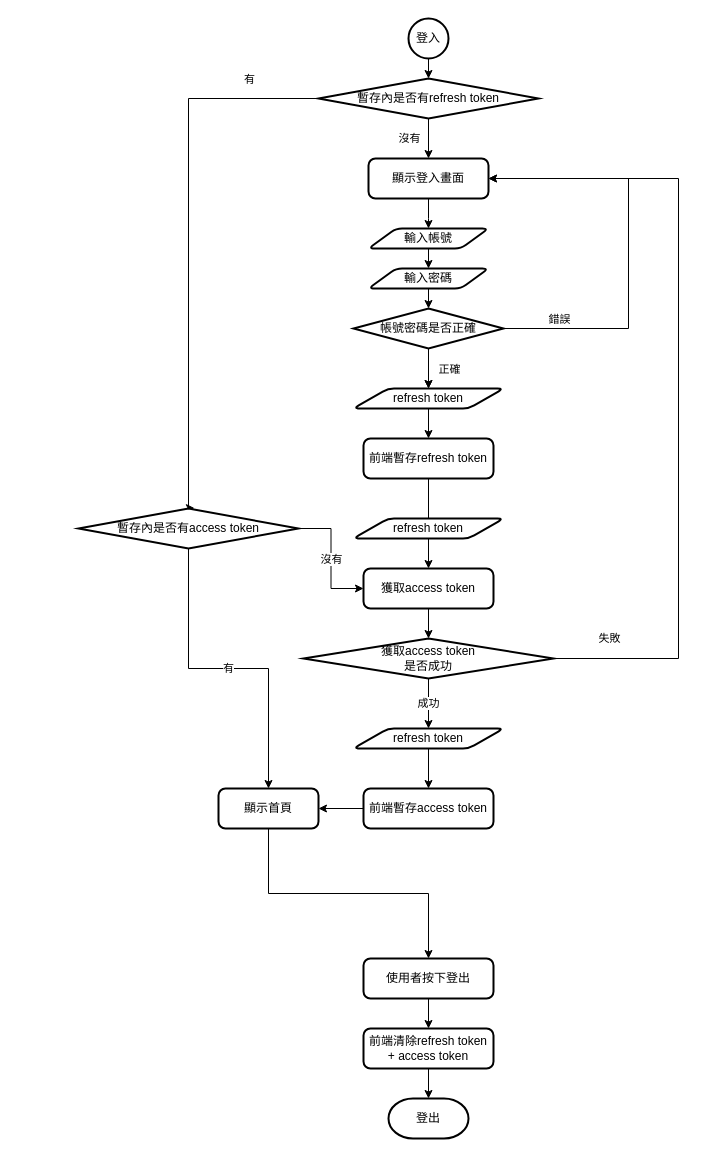
This is page "登入登出流程" (2 of 2) of lazycat-shop.drawio from tim12367/lazycat-shop, a draw.io file, before an edit. Source tidied: cells renumbered, new cells numbered last; positions are measured from the earlier drawing's top-left corner, leaving out a move shared by most shapes. Both pictures are drawn from the tidied source at 100%, with x=0, y=0 at pixel (78, 18).
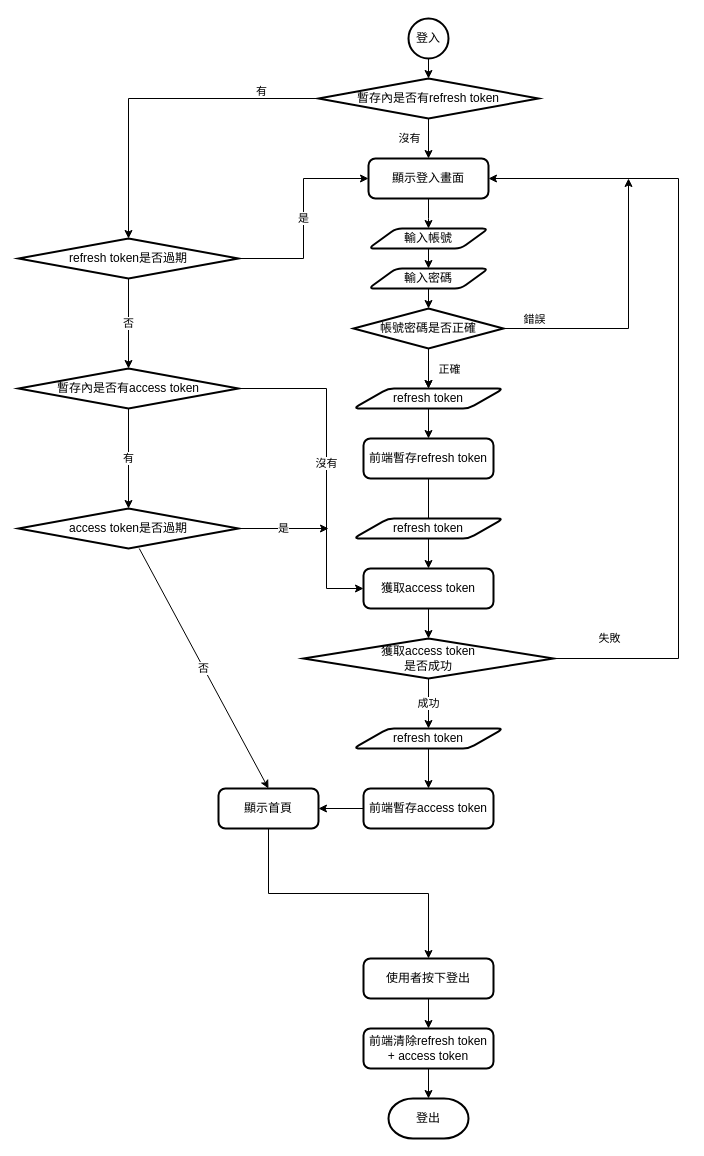
The same diagram, later.

Commit message (it also covers changes not shown here):
更新流程圖

The change refers to these unchanged cells:
```xml
<mxCell id="8" value="顯示登入畫面" style="rounded=1;whiteSpace=wrap;html=1;absoluteArcSize=1;arcSize=14;strokeWidth=2;" parent="1" vertex="1">
  <mxGeometry x="290" y="140" width="120" height="40" as="geometry" />
</mxCell>
<mxCell id="14" value="帳號密碼是否正確" style="strokeWidth=2;html=1;shape=mxgraph.flowchart.decision;whiteSpace=wrap;" parent="1" vertex="1">
  <mxGeometry x="275" y="290" width="150" height="40" as="geometry" />
</mxCell>
<mxCell id="25" value="暫存內是否有refresh token" style="strokeWidth=2;html=1;shape=mxgraph.flowchart.decision;whiteSpace=wrap;" parent="1" vertex="1">
  <mxGeometry x="240" y="60" width="220" height="40" as="geometry" />
</mxCell>
<mxCell id="27" value="顯示首頁" style="rounded=1;whiteSpace=wrap;html=1;absoluteArcSize=1;arcSize=14;strokeWidth=2;" parent="1" vertex="1">
  <mxGeometry x="140" y="770" width="100" height="40" as="geometry" />
</mxCell>
<mxCell id="29" value="獲取access token" style="rounded=1;whiteSpace=wrap;html=1;absoluteArcSize=1;arcSize=14;strokeWidth=2;" parent="1" vertex="1">
  <mxGeometry x="285" y="550" width="130" height="40" as="geometry" />
</mxCell>
```

Change to the diagram source:
```diff
@@
-    <mxCell id="11" style="edgeStyle=orthogonalEdgeStyle;rounded=0;jettySize=auto;html=1;entryX=1;entryY=0.5;entryDx=0;entryDy=0;endArrow=classic;endFill=1;" parent="1" edge="1" source="14" target="8">
+    <mxCell id="11" style="edgeStyle=orthogonalEdgeStyle;rounded=0;jettySize=auto;html=1;endArrow=classic;endFill=1;" parent="1" edge="1" source="14">
       <mxGeometry relative="1" as="geometry">
+        <mxPoint x="550" y="160" as="targetPoint" />
         <Array as="points">
           <mxPoint x="550" y="310" />
           <mxPoint x="550" y="160" />
         </Array>
       </mxGeometry>
     </mxCell>
@@
-    <mxCell id="23" style="edgeStyle=orthogonalEdgeStyle;rounded=0;jettySize=auto;html=1;endArrow=classic;endFill=1;entryX=0.527;entryY=-0.011;entryDx=0;entryDy=0;exitX=0;exitY=0.5;exitDx=0;exitDy=0;exitPerimeter=0;entryPerimeter=0;" parent="1" edge="1" source="25" target="41">
+    <mxCell id="23" style="edgeStyle=orthogonalEdgeStyle;rounded=0;jettySize=auto;html=1;endArrow=classic;endFill=1;entryX=0.5;entryY=0;entryDx=0;entryDy=0;exitX=0;exitY=0.5;exitDx=0;exitDy=0;exitPerimeter=0;entryPerimeter=0;" parent="1" edge="1" source="25" target="49">
       <mxGeometry relative="1" as="geometry">
         <Array as="points">
-          <mxPoint x="110" y="80" />
-          <mxPoint x="110" y="490" />
+          <mxPoint x="50" y="80" />
         </Array>
       </mxGeometry>
     </mxCell>
     <mxCell id="24" value="有" style="edgeLabel;html=1;align=center;verticalAlign=middle;" parent="23" vertex="1">
       <mxGeometry x="-0.29" y="1" relative="1" as="geometry">
-        <mxPoint x="59" y="-83.1" as="offset" />
+        <mxPoint x="59" y="-9" as="offset" />
       </mxGeometry>
     </mxCell>
@@
     <mxCell id="39" value="沒有" style="edgeStyle=orthogonalEdgeStyle;rounded=0;jettySize=auto;html=1;entryX=0;entryY=0.5;entryDx=0;entryDy=0;endArrow=classic;endFill=1;" parent="1" edge="1" source="41" target="29">
-      <mxGeometry relative="1" as="geometry" />
+      <mxGeometry relative="1" as="geometry">
+        <Array as="points">
+          <mxPoint x="248" y="370" />
+          <mxPoint x="248" y="570" />
+        </Array>
+      </mxGeometry>
     </mxCell>
-    <mxCell id="40" value="有" style="edgeStyle=orthogonalEdgeStyle;rounded=0;jettySize=auto;html=1;exitX=0.5;exitY=1;exitDx=0;exitDy=0;exitPerimeter=0;entryX=0.5;entryY=0;entryDx=0;entryDy=0;endArrow=classic;endFill=1;" parent="1" edge="1" source="41" target="27">
+    <mxCell id="40" value="有" style="rounded=0;jettySize=auto;html=1;exitX=0.5;exitY=1;exitDx=0;exitDy=0;exitPerimeter=0;endArrow=classic;endFill=1;" parent="1" edge="1" source="41" target="47">
       <mxGeometry relative="1" as="geometry" />
     </mxCell>
     <mxCell id="41" value="暫存內是否有access token" style="strokeWidth=2;html=1;shape=mxgraph.flowchart.decision;whiteSpace=wrap;" parent="1" vertex="1">
-      <mxGeometry y="490" width="220" height="40" as="geometry" />
+      <mxGeometry x="-60" y="350" width="220" height="40" as="geometry" />
     </mxCell>
@@
+    <mxCell id="45" value="是" style="edgeStyle=orthogonalEdgeStyle;rounded=0;jettySize=auto;html=1;exitX=1;exitY=0.5;exitDx=0;exitDy=0;exitPerimeter=0;" parent="1" edge="1" source="47">
+      <mxGeometry relative="1" as="geometry">
+        <mxPoint x="250" y="510" as="targetPoint" />
+        <Array as="points">
+          <mxPoint x="210" y="510" />
+          <mxPoint x="210" y="510" />
+        </Array>
+      </mxGeometry>
+    </mxCell>
+    <mxCell id="46" value="否" style="rounded=0;jettySize=auto;html=1;entryX=0.5;entryY=0;entryDx=0;entryDy=0;" parent="1" edge="1" source="47" target="27">
+      <mxGeometry relative="1" as="geometry" />
+    </mxCell>
+    <mxCell id="47" value="access token是否過期" style="strokeWidth=2;html=1;shape=mxgraph.flowchart.decision;whiteSpace=wrap;" parent="1" vertex="1">
+      <mxGeometry x="-60" y="490" width="220" height="40" as="geometry" />
+    </mxCell>
+    <mxCell id="48" value="是" style="edgeStyle=orthogonalEdgeStyle;rounded=0;jettySize=auto;html=1;exitX=1;exitY=0.5;exitDx=0;exitDy=0;exitPerimeter=0;entryX=0;entryY=0.5;entryDx=0;entryDy=0;" parent="1" edge="1" source="49" target="8">
+      <mxGeometry relative="1" as="geometry" />
+    </mxCell>
+    <mxCell id="49" value="refresh token是否過期" style="strokeWidth=2;html=1;shape=mxgraph.flowchart.decision;whiteSpace=wrap;" parent="1" vertex="1">
+      <mxGeometry x="-60" y="220" width="220" height="40" as="geometry" />
+    </mxCell>
+    <mxCell id="50" value="否" style="rounded=0;jettySize=auto;html=1;entryX=0.5;entryY=0;entryDx=0;entryDy=0;entryPerimeter=0;" parent="1" edge="1" source="49" target="41">
+      <mxGeometry relative="1" as="geometry" />
+    </mxCell>
```
